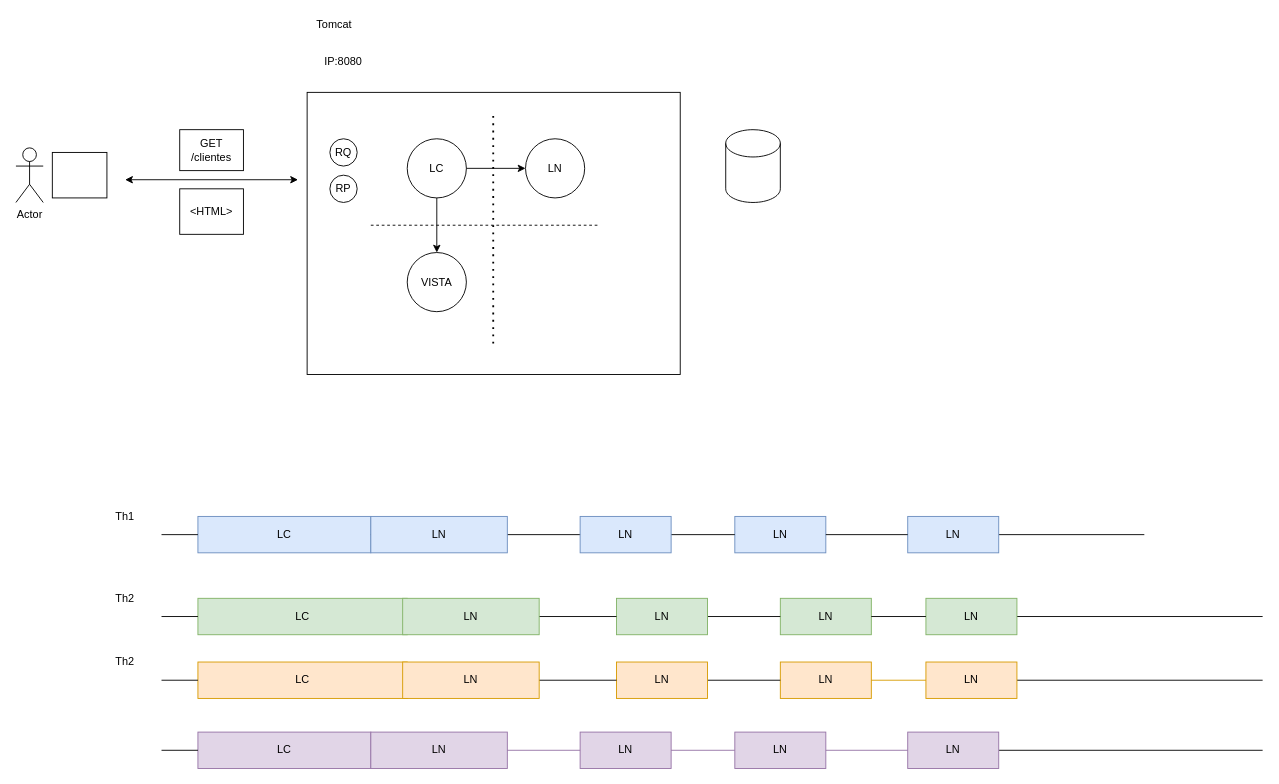
Earlier version of the draw.io diagram page "Página-1" (1 of 4) of webflux.drawio (lrag/WebFlux). Source tidied: cells renumbered, new cells numbered last; positions are measured from the earlier drawing's top-left corner, leaving out a move shared by most shapes. Both pictures are drawn from the tidied source at 91%, with x=0, y=0 at pixel (15, 15).
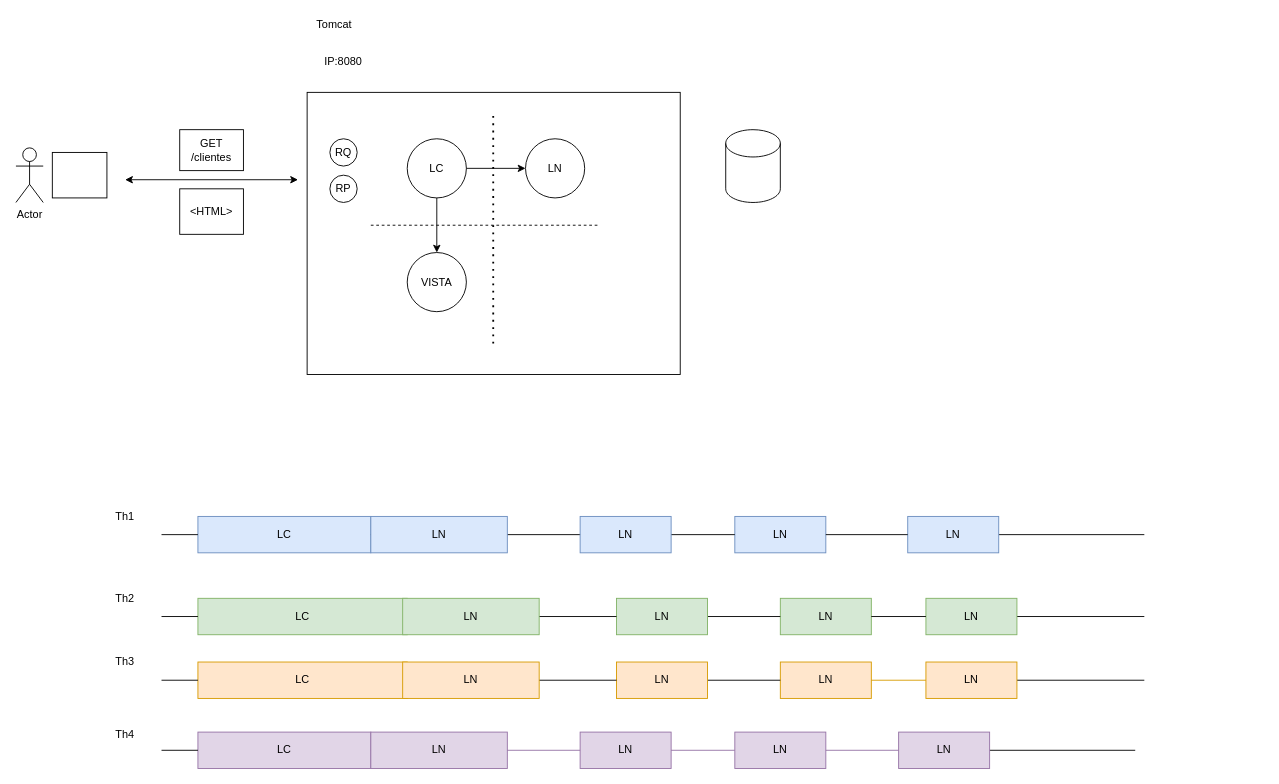
The same page after the edit.

Unchanged cells that the change refers to:
```xml
<mxCell id="36" value="LN" style="rounded=0;whiteSpace=wrap;html=1;fillColor=#d5e8d4;strokeColor=#82b366;" parent="1" vertex="1">
  <mxGeometry x="1000" y="640" width="100" height="40" as="geometry" />
</mxCell>
<mxCell id="47" value="LN" style="rounded=0;whiteSpace=wrap;html=1;fillColor=#ffe6cc;strokeColor=#d79b00;" parent="1" vertex="1">
  <mxGeometry x="1000" y="710" width="100" height="40" as="geometry" />
</mxCell>
```

The edit, as a diff of the source:
```diff
@@
     <mxCell id="30" style="endArrow=none;html=1;" parent="1" edge="1" source="36">
       <mxGeometry relative="1" as="geometry">
-        <mxPoint x="1370" y="660" as="targetPoint" />
+        <mxPoint x="1240" y="660" as="targetPoint" />
       </mxGeometry>
     </mxCell>
@@
     <mxCell id="41" style="endArrow=none;html=1;" parent="1" edge="1" source="47">
       <mxGeometry relative="1" as="geometry">
-        <mxPoint x="1370" y="730" as="targetPoint" />
+        <mxPoint x="1240" y="730" as="targetPoint" />
       </mxGeometry>
     </mxCell>
@@
-    <mxCell id="44" value="Th2" style="text;html=1;strokeColor=none;fillColor=none;align=center;verticalAlign=middle;whiteSpace=wrap;rounded=0;" parent="1" vertex="1">
+    <mxCell id="44" value="Th3" style="text;html=1;strokeColor=none;fillColor=none;align=center;verticalAlign=middle;whiteSpace=wrap;rounded=0;" parent="1" vertex="1">
       <mxGeometry x="100" y="700" width="40" height="20" as="geometry" />
     </mxCell>
@@
     <mxCell id="52" style="endArrow=none;html=1;" parent="1" edge="1" source="58">
       <mxGeometry relative="1" as="geometry">
-        <mxPoint x="1370" y="807" as="targetPoint" />
+        <mxPoint x="1230" y="807" as="targetPoint" />
       </mxGeometry>
     </mxCell>
@@
     <mxCell id="58" value="LN" style="rounded=0;whiteSpace=wrap;html=1;fillColor=#e1d5e7;strokeColor=#9673a6;" parent="1" vertex="1">
-      <mxGeometry x="980" y="787" width="100" height="40" as="geometry" />
+      <mxGeometry x="970" y="787" width="100" height="40" as="geometry" />
     </mxCell>
@@
+    <mxCell id="61" value="Th4" style="text;html=1;strokeColor=none;fillColor=none;align=center;verticalAlign=middle;whiteSpace=wrap;rounded=0;" parent="1" vertex="1">
+      <mxGeometry x="100" y="780" width="40" height="20" as="geometry" />
+    </mxCell>
```
